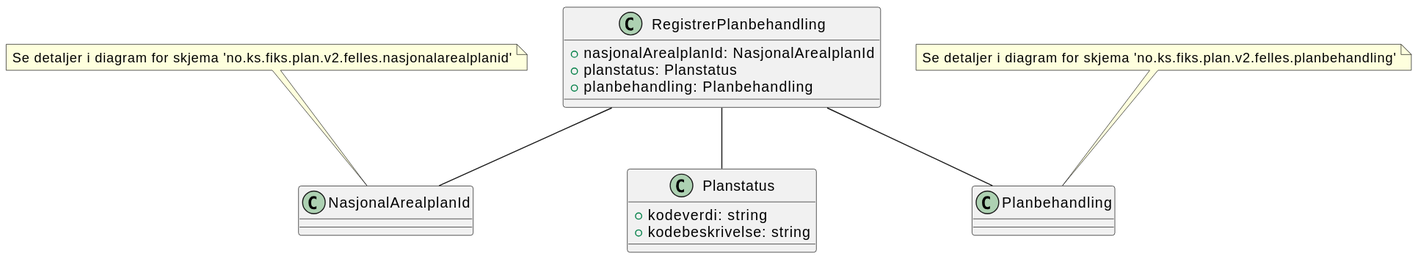
The PlantUML diagram Dokumentasjon/V2/ClassDiagrams/no.ks.fiks.plan.v2.oppdatering.planbehandling.registrer/planbehandling-registrer.svg in ks-no/fiks-plan-specification, before a commit. Source of this version:
```plantuml
@startuml
class RegistrerPlanbehandling {
    +nasjonalArealplanId: NasjonalArealplanId
    +planstatus: Planstatus
    +planbehandling: Planbehandling
}

class Planstatus {
    +kodeverdi: string
    +kodebeskrivelse: string
}

RegistrerPlanbehandling -- NasjonalArealplanId
RegistrerPlanbehandling -- Planstatus
RegistrerPlanbehandling -- Planbehandling

note top of NasjonalArealplanId : Se detaljer i diagram for skjema 'no.ks.fiks.plan.v2.felles.nasjonalarealplanid'
note top of Planbehandling : Se detaljer i diagram for skjema 'no.ks.fiks.plan.v2.felles.planbehandling'
@enduml
```
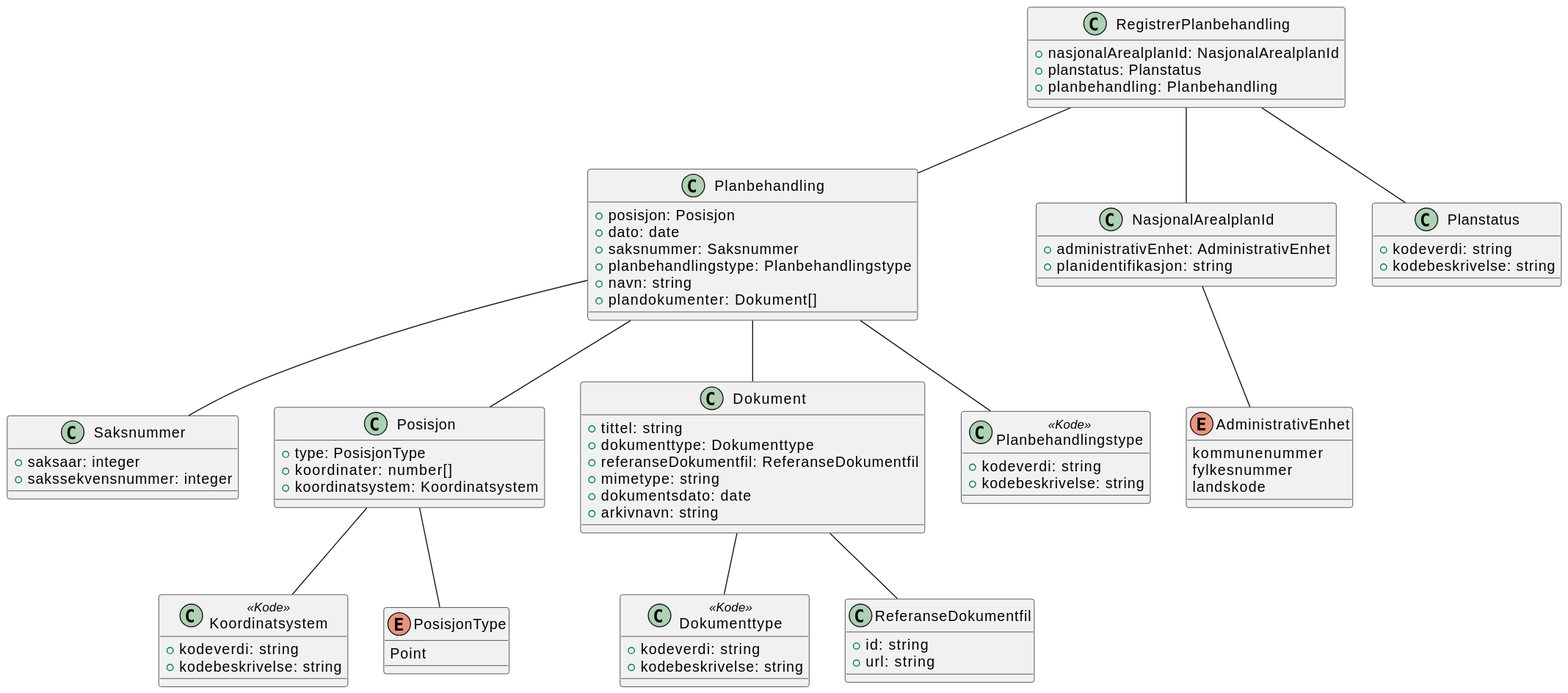
Later version of the same file.

Change to the diagram source:
```diff
@@ -1,4 +1,7 @@
 @startuml
+!include ./../no.ks.fiks.plan.v2.felles.planbehandling/planbehandling.pu
+!include ./../no.ks.fiks.plan.v2.felles.nasjonalarealplanid/nasjonalarealplanid.pu
+
 class RegistrerPlanbehandling {
     +nasjonalArealplanId: NasjonalArealplanId
     +planstatus: Planstatus
@@ -13,7 +16,4 @@
 RegistrerPlanbehandling -- NasjonalArealplanId
 RegistrerPlanbehandling -- Planstatus
 RegistrerPlanbehandling -- Planbehandling
-
-note top of NasjonalArealplanId : Se detaljer i diagram for skjema 'no.ks.fiks.plan.v2.felles.nasjonalarealplanid'
-note top of Planbehandling : Se detaljer i diagram for skjema 'no.ks.fiks.plan.v2.felles.planbehandling'
 @enduml
```
